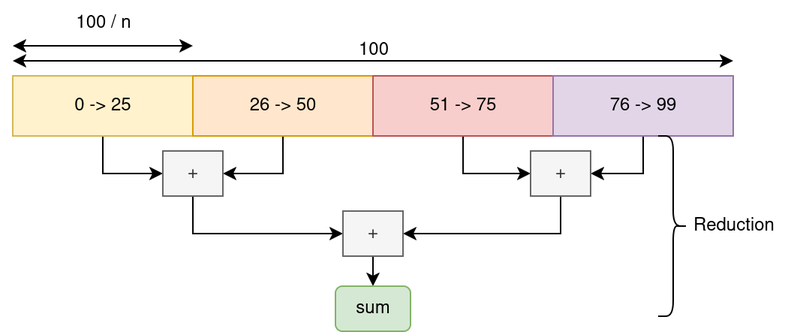
This is docs/image/lecture2/simple_reduction_omp.png from M1-CHPS/glhpc, a draw.io export, as it was before one commit. Source tidied: cells renumbered, new cells last; positions are measured from the earlier drawing's top-left corner, leaving out a move shared by most shapes.
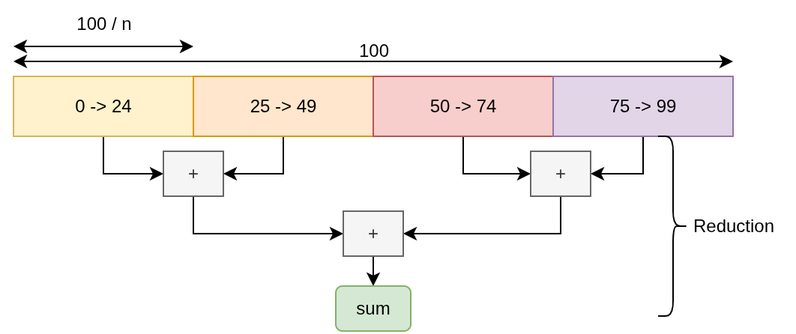
The same diagram one commit later.

The edit, as a diff of the source:
```diff
@@ -5,25 +5,25 @@
     <mxCell id="2" style="edgeStyle=orthogonalEdgeStyle;rounded=0;jettySize=auto;html=1;exitX=0.5;exitY=1;exitDx=0;exitDy=0;entryX=0;entryY=0.5;entryDx=0;entryDy=0;" parent="1" edge="1" source="3" target="15">
       <mxGeometry relative="1" as="geometry" />
     </mxCell>
-    <mxCell id="3" value="0 -&amp;gt; 25" style="rounded=0;whiteSpace=wrap;html=1;fillColor=#fff2cc;strokeColor=#d6b656;" parent="1" vertex="1">
+    <mxCell id="3" value="0 -&amp;gt; 24" style="rounded=0;whiteSpace=wrap;html=1;fillColor=#fff2cc;strokeColor=#d6b656;" parent="1" vertex="1">
       <mxGeometry y="50" width="120" height="40" as="geometry" />
     </mxCell>
     <mxCell id="4" style="edgeStyle=orthogonalEdgeStyle;rounded=0;jettySize=auto;html=1;exitX=0.5;exitY=1;exitDx=0;exitDy=0;entryX=1;entryY=0.5;entryDx=0;entryDy=0;" parent="1" edge="1" source="5" target="15">
       <mxGeometry relative="1" as="geometry" />
     </mxCell>
-    <mxCell id="5" value="26 -&amp;gt; 50" style="rounded=0;whiteSpace=wrap;html=1;fillColor=#ffe6cc;strokeColor=#d79b00;" parent="1" vertex="1">
+    <mxCell id="5" value="25 -&amp;gt; 49" style="rounded=0;whiteSpace=wrap;html=1;fillColor=#ffe6cc;strokeColor=#d79b00;" parent="1" vertex="1">
       <mxGeometry x="120" y="50" width="120" height="40" as="geometry" />
     </mxCell>
     <mxCell id="6" style="edgeStyle=orthogonalEdgeStyle;rounded=0;jettySize=auto;html=1;exitX=0.5;exitY=1;exitDx=0;exitDy=0;entryX=0;entryY=0.5;entryDx=0;entryDy=0;" parent="1" edge="1" source="7" target="17">
       <mxGeometry relative="1" as="geometry" />
     </mxCell>
-    <mxCell id="7" value="51 -&amp;gt; 75" style="rounded=0;whiteSpace=wrap;html=1;fillColor=#f8cecc;strokeColor=#b85450;" parent="1" vertex="1">
+    <mxCell id="7" value="50 -&amp;gt; 74" style="rounded=0;whiteSpace=wrap;html=1;fillColor=#f8cecc;strokeColor=#b85450;" parent="1" vertex="1">
       <mxGeometry x="240" y="50" width="120" height="40" as="geometry" />
     </mxCell>
     <mxCell id="8" style="edgeStyle=orthogonalEdgeStyle;rounded=0;jettySize=auto;html=1;exitX=0.5;exitY=1;exitDx=0;exitDy=0;entryX=1;entryY=0.5;entryDx=0;entryDy=0;" parent="1" edge="1" source="9" target="17">
       <mxGeometry relative="1" as="geometry" />
     </mxCell>
-    <mxCell id="9" value="76 -&amp;gt; 99" style="rounded=0;whiteSpace=wrap;html=1;fillColor=#e1d5e7;strokeColor=#9673a6;" parent="1" vertex="1">
+    <mxCell id="9" value="75 -&amp;gt; 99" style="rounded=0;whiteSpace=wrap;html=1;fillColor=#e1d5e7;strokeColor=#9673a6;" parent="1" vertex="1">
       <mxGeometry x="360" y="50" width="120" height="40" as="geometry" />
     </mxCell>
     <mxCell id="10" style="endArrow=classic;startArrow=classic;html=1;rounded=0;" parent="1" edge="1">
```
